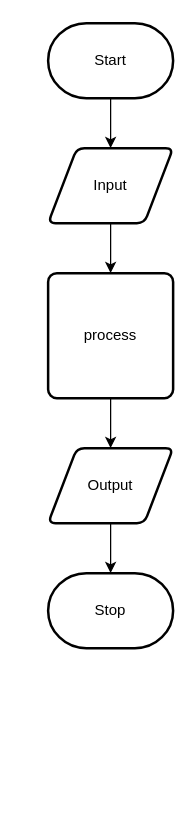
Before: design/flow-chart.drawio in andre-deveau/ICS20-Unit3-02-JS, a draw.io diagram. Source tidied: cells renumbered, new cells numbered last; positions are measured from the earlier drawing's top-left corner, leaving out a move shared by most shapes. Both pictures are drawn from the tidied source at 125%, with x=0, y=0 at pixel (48, 22).
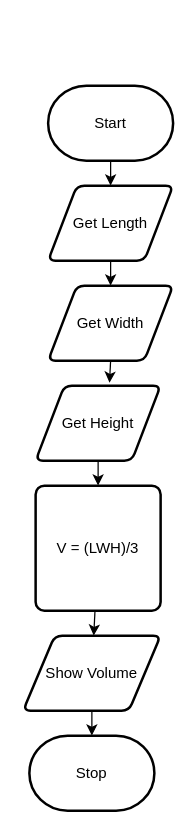
The same diagram, later.

Change to the diagram source:
```diff
@@
 <mxGraphModel>
   <root>
     <mxCell id="0" />
     <mxCell id="1" parent="0" />
     <mxCell id="2" style="edgeStyle=none;html=1;" parent="1" edge="1" source="3" target="5">
       <mxGeometry relative="1" as="geometry" />
     </mxCell>
     <mxCell id="3" value="Start" style="strokeWidth=2;html=1;shape=mxgraph.flowchart.terminator;whiteSpace=wrap;" parent="1" vertex="1">
-      <mxGeometry width="100" height="60" as="geometry" />
+      <mxGeometry y="50" width="100" height="60" as="geometry" />
     </mxCell>
-    <mxCell id="4" style="edgeStyle=none;html=1;" parent="1" edge="1" source="5" target="7">
-      <mxGeometry relative="1" as="geometry" />
-    </mxCell>
+    <mxCell id="11" style="edgeStyle=none;html=1;exitX=0.5;exitY=1;exitDx=0;exitDy=0;entryX=0.5;entryY=0;entryDx=0;entryDy=0;" parent="1" edge="1" source="5" target="13">
+      <mxGeometry relative="1" as="geometry" />
+    </mxCell>
-    <mxCell id="5" value="Input" style="shape=parallelogram;html=1;strokeWidth=2;perimeter=parallelogramPerimeter;whiteSpace=wrap;rounded=1;arcSize=12;size=0.23;" parent="1" vertex="1">
-      <mxGeometry y="100" width="100" height="60" as="geometry" />
+    <mxCell id="5" value="Get Length" style="shape=parallelogram;html=1;strokeWidth=2;perimeter=parallelogramPerimeter;whiteSpace=wrap;rounded=1;arcSize=12;size=0.23;" parent="1" vertex="1">
+      <mxGeometry y="130" width="100" height="60" as="geometry" />
     </mxCell>
     <mxCell id="6" style="edgeStyle=none;html=1;" parent="1" edge="1" source="7" target="9">
       <mxGeometry relative="1" as="geometry" />
     </mxCell>
-    <mxCell id="7" value="process" style="rounded=1;whiteSpace=wrap;html=1;absoluteArcSize=1;arcSize=14;strokeWidth=2;" parent="1" vertex="1">
-      <mxGeometry y="200" width="100" height="100" as="geometry" />
+    <mxCell id="7" value="V = (LWH)/3" style="rounded=1;whiteSpace=wrap;html=1;absoluteArcSize=1;arcSize=14;strokeWidth=2;" parent="1" vertex="1">
+      <mxGeometry x="-10" y="370" width="100" height="100" as="geometry" />
     </mxCell>
     <mxCell id="8" style="edgeStyle=none;html=1;" parent="1" edge="1" source="9" target="10">
       <mxGeometry relative="1" as="geometry" />
     </mxCell>
-    <mxCell id="9" value="Output" style="shape=parallelogram;html=1;strokeWidth=2;perimeter=parallelogramPerimeter;whiteSpace=wrap;rounded=1;arcSize=12;size=0.23;" parent="1" vertex="1">
-      <mxGeometry y="340" width="100" height="60" as="geometry" />
+    <mxCell id="9" value="Show Volume" style="shape=parallelogram;html=1;strokeWidth=2;perimeter=parallelogramPerimeter;whiteSpace=wrap;rounded=1;arcSize=12;size=0.23;" parent="1" vertex="1">
+      <mxGeometry x="-20" y="490" width="110" height="60" as="geometry" />
     </mxCell>
     <mxCell id="10" value="Stop" style="strokeWidth=2;html=1;shape=mxgraph.flowchart.terminator;whiteSpace=wrap;" parent="1" vertex="1">
-      <mxGeometry y="440" width="100" height="60" as="geometry" />
+      <mxGeometry x="-15" y="570" width="100" height="60" as="geometry" />
     </mxCell>
+    <mxCell id="12" style="edgeStyle=none;html=1;exitX=0.5;exitY=1;exitDx=0;exitDy=0;entryX=0.591;entryY=-0.039;entryDx=0;entryDy=0;entryPerimeter=0;" parent="1" edge="1" source="13" target="15">
+      <mxGeometry relative="1" as="geometry" />
+    </mxCell>
+    <mxCell id="13" value="Get Width" style="shape=parallelogram;html=1;strokeWidth=2;perimeter=parallelogramPerimeter;whiteSpace=wrap;rounded=1;arcSize=12;size=0.23;" parent="1" vertex="1">
+      <mxGeometry y="210" width="100" height="60" as="geometry" />
+    </mxCell>
+    <mxCell id="14" style="edgeStyle=none;html=1;exitX=0.5;exitY=1;exitDx=0;exitDy=0;entryX=0.5;entryY=0;entryDx=0;entryDy=0;" parent="1" edge="1" source="15" target="7">
+      <mxGeometry relative="1" as="geometry" />
+    </mxCell>
+    <mxCell id="15" value="Get Height" style="shape=parallelogram;html=1;strokeWidth=2;perimeter=parallelogramPerimeter;whiteSpace=wrap;rounded=1;arcSize=12;size=0.23;" parent="1" vertex="1">
+      <mxGeometry x="-10" y="290" width="100" height="60" as="geometry" />
+    </mxCell>
   </root>
 </mxGraphModel>
```
